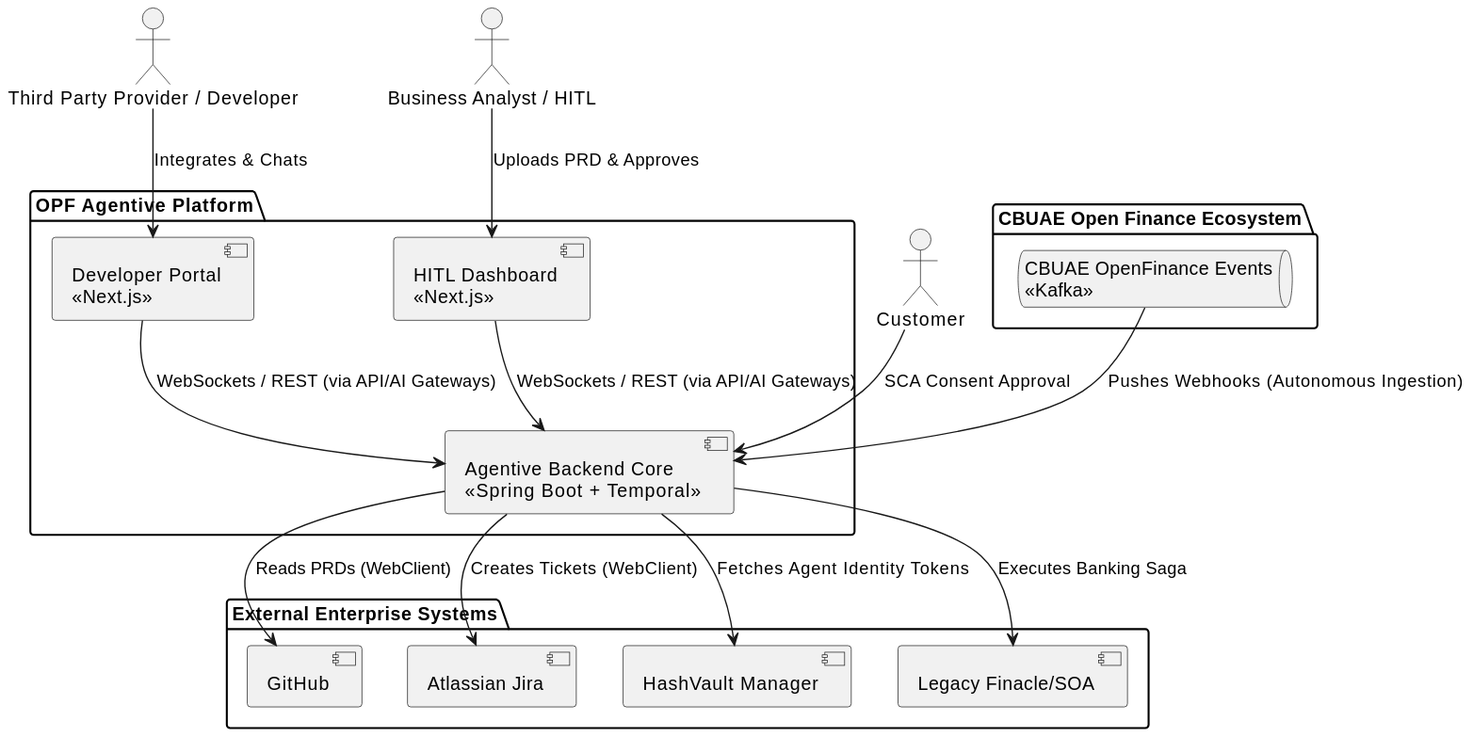
Before: docs/diagrams/rendered/C4_Context.svg, a diagram exported from PlantUML (COPUR/OPF-Agentive-Platform).
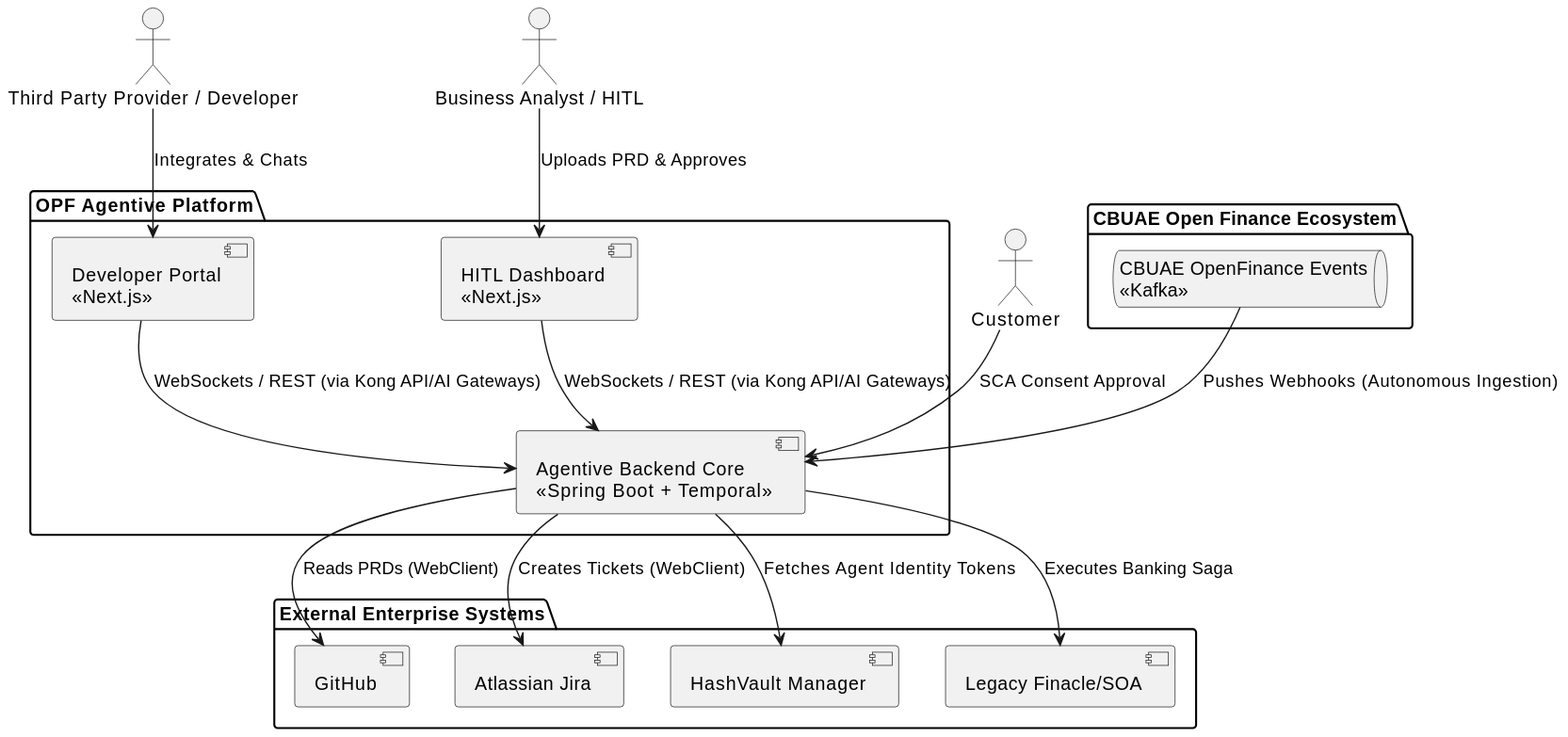
After the change.

The edit, as a diff of the source:
```diff
@@ -30,8 +30,8 @@
 
 TPP --> DevPortal : Integrates & Chats
 BA --> HitlDashboard : Uploads PRD & Approves
-DevPortal --> Core : WebSockets / REST (via API/AI Gateways)
-HitlDashboard --> Core : WebSockets / REST (via API/AI Gateways)
+DevPortal --> Core : WebSockets / REST (via Kong API/AI Gateways)
+HitlDashboard --> Core : WebSockets / REST (via Kong API/AI Gateways)
 Kafka --> Core : Pushes Webhooks (Autonomous Ingestion)
 Customer --> Core : SCA Consent Approval
 Core --> GitHub : Reads PRDs (WebClient)
```
